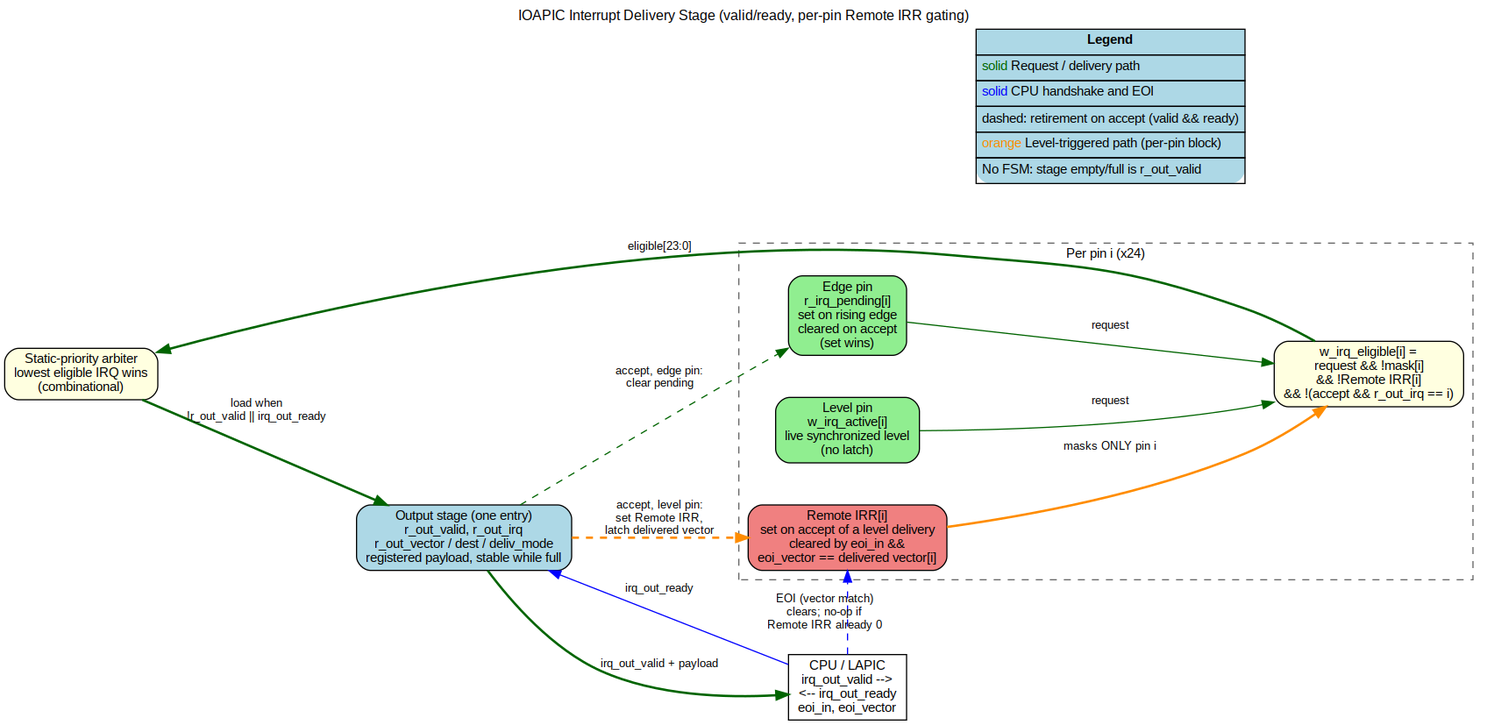
Earlier version of the Graphviz export projects/components/retro_legacy_blocks/docs/ioapic_mas/assets/svg/delivery_fsm.png (sean-galloway/RTLDesignSherpa). Its source is kept beside it as projects/components/retro_legacy_blocks/docs/ioapic_mas/assets/graphviz/delivery_fsm.dot.
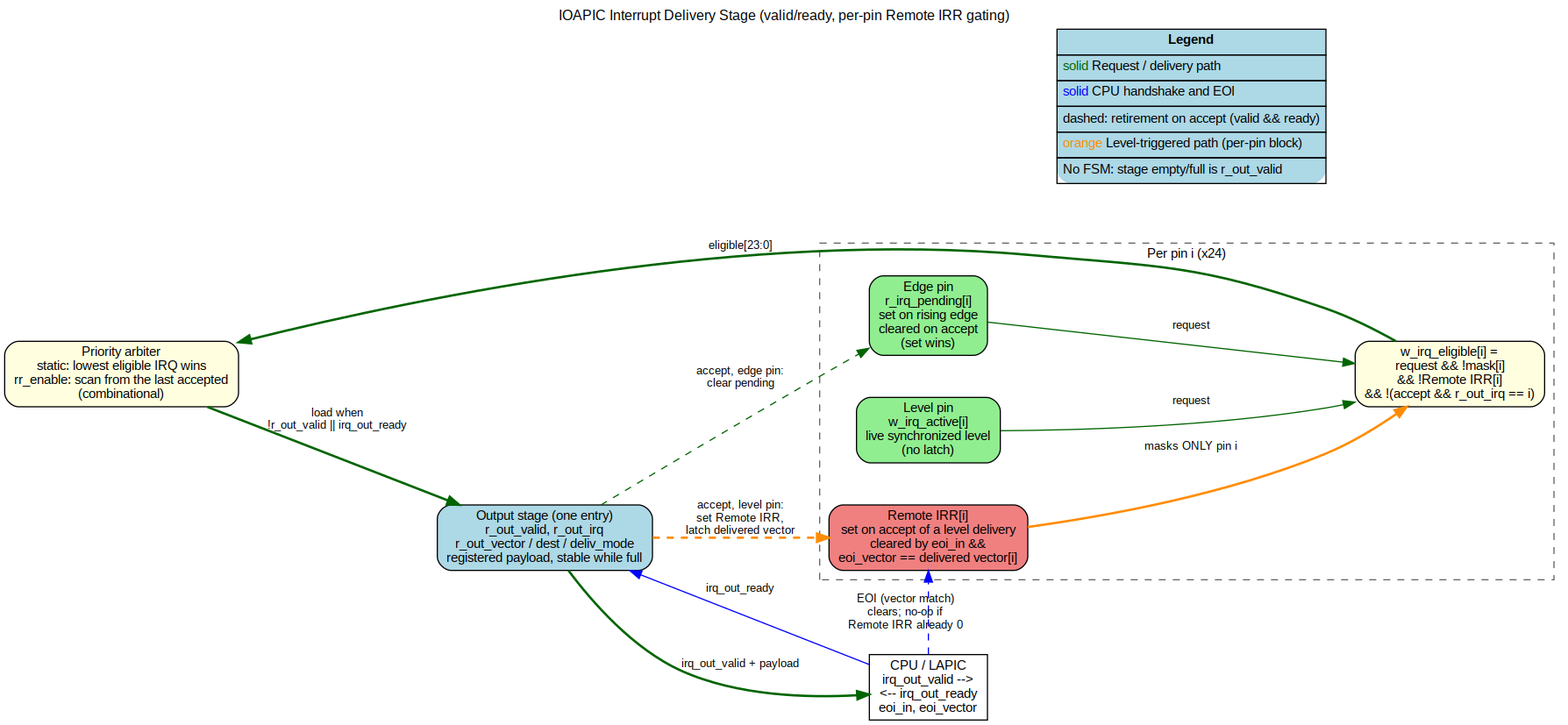
The same file after the commit.

The edit, as a diff of the source:
```diff
@@ -28,7 +28,7 @@
         RIRR  -> ELIG [label="masks ONLY pin i", color="darkorange", penwidth=2];
     }
 
-    ARB   [label="Static-priority arbiter\nlowest eligible IRQ wins\n(combinational)", fillcolor="lightyellow"];
+    ARB   [label="Priority arbiter\nstatic: lowest eligible IRQ wins\nrr_enable: scan from the last accepted\n(combinational)", fillcolor="lightyellow"];
     STAGE [label="Output stage (one entry)\nr_out_valid, r_out_irq\nr_out_vector / dest / deliv_mode\nregistered payload, stable while full", fillcolor="lightblue"];
     CPU   [label="CPU / LAPIC\nirq_out_valid -->\n<-- irq_out_ready\neoi_in, eoi_vector", shape=box, style="filled", fillcolor="white"];
 
```
